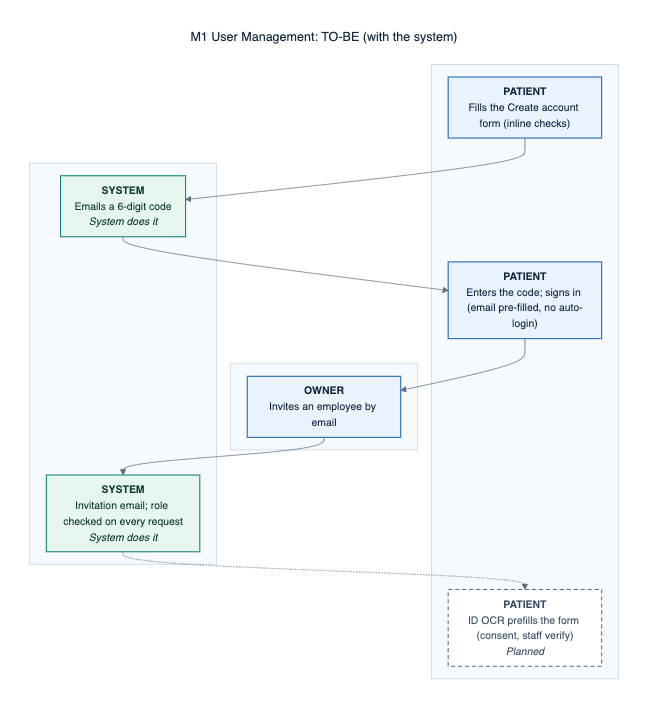
This is docs/defense/diagrams/png/M1-user-management-to-be.png from 0phem/multibranch-dental-clinic, a Mermaid export, as it was before one commit. Its source is kept beside it as docs/defense/diagrams/M1-user-management-to-be.mmd.
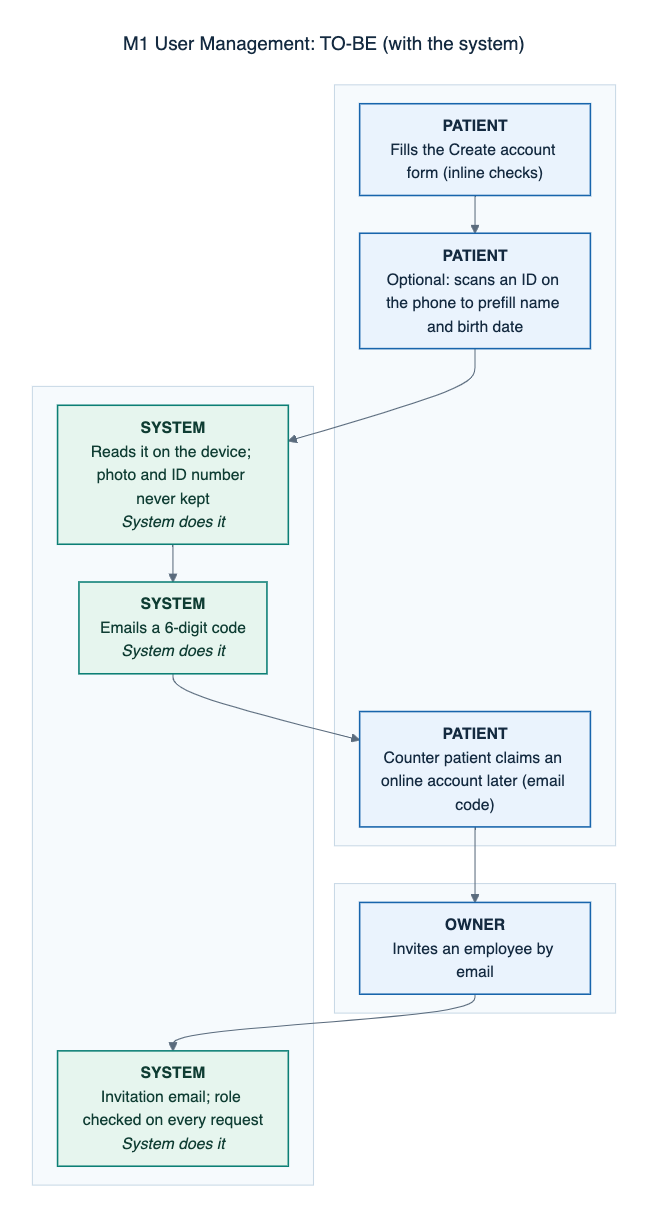
Above is the later version.

Diff of the diagram source:
```diff
@@ -5,23 +5,25 @@
     subgraph L0[" "]
     direction LR
       S0["<b>PATIENT</b><br/>Fills the Create account form (inline checks)"]:::manual
-      S2["<b>PATIENT</b><br/>Enters the code; signs in (email pre-filled, no auto-login)"]:::manual
-      S5["<b>PATIENT</b><br/>ID OCR prefills the form (consent, staff verify)<br/><i>Planned</i>"]:::planned
+      S1["<b>PATIENT</b><br/>Optional: scans an ID on the phone to prefill name and birth date"]:::manual
+      S4["<b>PATIENT</b><br/>Counter patient claims an online account later (email code)"]:::manual
     end
     subgraph L3[" "]
     direction LR
-      S3["<b>OWNER</b><br/>Invites an employee by email"]:::manual
+      S5["<b>OWNER</b><br/>Invites an employee by email"]:::manual
     end
     subgraph L4[" "]
     direction LR
-      S1["<b>SYSTEM</b><br/>Emails a 6-digit code<br/><i>System does it</i>"]:::auto
-      S4["<b>SYSTEM</b><br/>Invitation email; role checked on every request<br/><i>System does it</i>"]:::auto
+      S2["<b>SYSTEM</b><br/>Reads it on the device; photo and ID number never kept<br/><i>System does it</i>"]:::auto
+      S3["<b>SYSTEM</b><br/>Emails a 6-digit code<br/><i>System does it</i>"]:::auto
+      S6["<b>SYSTEM</b><br/>Invitation email; role checked on every request<br/><i>System does it</i>"]:::auto
     end
     S0 --> S1
     S1 --> S2
     S2 --> S3
     S3 --> S4
-    S4 -.-> S5
+    S4 --> S5
+    S5 --> S6
     classDef cited fill:#eaf3fd,stroke:#1865ac,color:#142a40,stroke-width:1.5px
     classDef confirm fill:#fffaf0,stroke:#b26a00,color:#5e3c00,stroke-width:1.5px,stroke-dasharray:6 4
     classDef auto fill:#e6f5ee,stroke:#0c7f75,color:#0f3d33,stroke-width:1.5px
```
